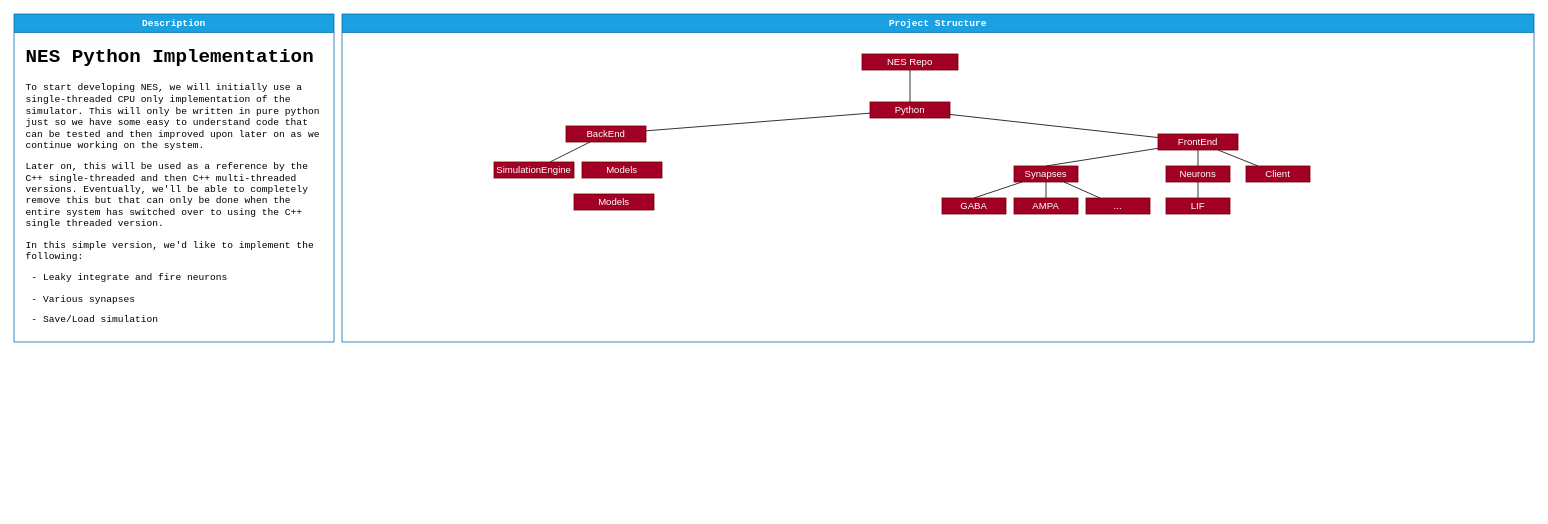
This is page "Page-5" (5 of 5) of Docs/BlockDiagrams/BrainGenix-NES.drawio from carboncopies/BrainGenix-NES, a draw.io file, before an edit. Source tidied: cells renumbered, new cells numbered last; positions are measured from the earlier drawing's top-left corner, leaving out a move shared by most shapes. Both pictures are drawn from the tidied source at 80%, with x=0, y=0 at pixel (14, 14).
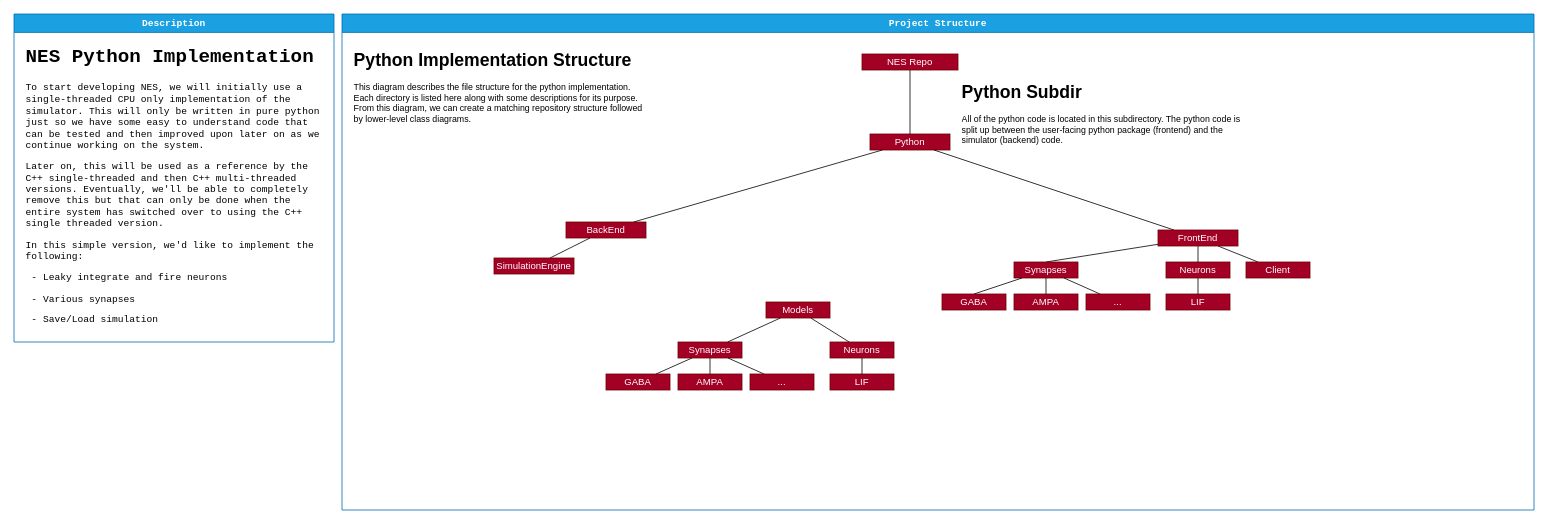
Above is the later version.

Commit message:
Create Project Structure Diagram

Diff of the diagram source:
```diff
@@
     <mxCell id="4" value="Project Structure" style="swimlane;whiteSpace=wrap;html=1;rounded=0;strokeColor=#006EAF;fontFamily=Courier New;fontSize=12;fontColor=#ffffff;startSize=23;fillColor=#1ba1e2;" parent="1" vertex="1">
-      <mxGeometry x="410" width="1490" height="410" as="geometry" />
+      <mxGeometry x="410" width="1490" height="620" as="geometry" />
     </mxCell>
@@
     <mxCell id="6" value="Python" style="whiteSpace=wrap;html=1;align=center;verticalAlign=middle;newEdgeStyle={&quot;edgeStyle&quot;:&quot;elbowEdgeStyle&quot;,&quot;startArrow&quot;:&quot;none&quot;,&quot;endArrow&quot;:&quot;none&quot;};fillColor=#a20025;fontColor=#ffffff;strokeColor=#6F0000;" parent="4" vertex="1">
-      <mxGeometry x="660" y="110" width="100" height="20" as="geometry" />
+      <mxGeometry x="660" y="150" width="100" height="20" as="geometry" />
     </mxCell>
@@
     <mxCell id="12" value="FrontEnd" style="whiteSpace=wrap;html=1;align=center;verticalAlign=middle;newEdgeStyle={&quot;edgeStyle&quot;:&quot;elbowEdgeStyle&quot;,&quot;startArrow&quot;:&quot;none&quot;,&quot;endArrow&quot;:&quot;none&quot;};fillColor=#a20025;fontColor=#ffffff;strokeColor=#6F0000;" parent="4" vertex="1">
-      <mxGeometry x="1020" y="150" width="100" height="20" as="geometry" />
+      <mxGeometry x="1020" y="270" width="100" height="20" as="geometry" />
     </mxCell>
@@
     <mxCell id="14" value="BackEnd" style="whiteSpace=wrap;html=1;align=center;verticalAlign=middle;newEdgeStyle={&quot;edgeStyle&quot;:&quot;elbowEdgeStyle&quot;,&quot;startArrow&quot;:&quot;none&quot;,&quot;endArrow&quot;:&quot;none&quot;};fillColor=#a20025;fontColor=#ffffff;strokeColor=#6F0000;" parent="4" vertex="1">
-      <mxGeometry x="280" y="140" width="100" height="20" as="geometry" />
+      <mxGeometry x="280" y="260" width="100" height="20" as="geometry" />
     </mxCell>
@@
     <mxCell id="16" value="SimulationEngine" style="whiteSpace=wrap;html=1;align=center;verticalAlign=middle;newEdgeStyle={&quot;edgeStyle&quot;:&quot;elbowEdgeStyle&quot;,&quot;startArrow&quot;:&quot;none&quot;,&quot;endArrow&quot;:&quot;none&quot;};fillColor=#a20025;fontColor=#ffffff;strokeColor=#6F0000;" parent="4" vertex="1">
-      <mxGeometry x="190" y="185" width="100" height="20" as="geometry" />
+      <mxGeometry x="190" y="305" width="100" height="20" as="geometry" />
     </mxCell>
     <mxCell id="17" value="Client" style="whiteSpace=wrap;html=1;align=center;verticalAlign=middle;newEdgeStyle={&quot;edgeStyle&quot;:&quot;elbowEdgeStyle&quot;,&quot;startArrow&quot;:&quot;none&quot;,&quot;endArrow&quot;:&quot;none&quot;};fillColor=#a20025;fontColor=#ffffff;strokeColor=#6F0000;" parent="4" vertex="1">
-      <mxGeometry x="1130" y="190" width="80" height="20" as="geometry" />
+      <mxGeometry x="1130" y="310" width="80" height="20" as="geometry" />
     </mxCell>
     <mxCell id="18" value="Neurons" style="whiteSpace=wrap;html=1;align=center;verticalAlign=middle;newEdgeStyle={&quot;edgeStyle&quot;:&quot;elbowEdgeStyle&quot;,&quot;startArrow&quot;:&quot;none&quot;,&quot;endArrow&quot;:&quot;none&quot;};fillColor=#a20025;fontColor=#ffffff;strokeColor=#6F0000;" parent="4" vertex="1">
-      <mxGeometry x="1030" y="190" width="80" height="20" as="geometry" />
+      <mxGeometry x="1030" y="310" width="80" height="20" as="geometry" />
     </mxCell>
     <mxCell id="19" value="Synapses" style="whiteSpace=wrap;html=1;align=center;verticalAlign=middle;newEdgeStyle={&quot;edgeStyle&quot;:&quot;elbowEdgeStyle&quot;,&quot;startArrow&quot;:&quot;none&quot;,&quot;endArrow&quot;:&quot;none&quot;};fillColor=#a20025;fontColor=#ffffff;strokeColor=#6F0000;" parent="4" vertex="1">
-      <mxGeometry x="840" y="190" width="80" height="20" as="geometry" />
+      <mxGeometry x="840" y="310" width="80" height="20" as="geometry" />
     </mxCell>
@@
     <mxCell id="21" value="LIF" style="whiteSpace=wrap;html=1;align=center;verticalAlign=middle;newEdgeStyle={&quot;edgeStyle&quot;:&quot;elbowEdgeStyle&quot;,&quot;startArrow&quot;:&quot;none&quot;,&quot;endArrow&quot;:&quot;none&quot;};fillColor=#a20025;fontColor=#ffffff;strokeColor=#6F0000;" parent="4" vertex="1">
-      <mxGeometry x="1030" y="230" width="80" height="20" as="geometry" />
+      <mxGeometry x="1030" y="350" width="80" height="20" as="geometry" />
     </mxCell>
@@
     <mxCell id="23" value="GABA" style="whiteSpace=wrap;html=1;align=center;verticalAlign=middle;newEdgeStyle={&quot;edgeStyle&quot;:&quot;elbowEdgeStyle&quot;,&quot;startArrow&quot;:&quot;none&quot;,&quot;endArrow&quot;:&quot;none&quot;};fillColor=#a20025;fontColor=#ffffff;strokeColor=#6F0000;" parent="4" vertex="1">
-      <mxGeometry x="750" y="230" width="80" height="20" as="geometry" />
+      <mxGeometry x="750" y="350" width="80" height="20" as="geometry" />
     </mxCell>
@@
     <mxCell id="25" value="AMPA" style="whiteSpace=wrap;html=1;align=center;verticalAlign=middle;newEdgeStyle={&quot;edgeStyle&quot;:&quot;elbowEdgeStyle&quot;,&quot;startArrow&quot;:&quot;none&quot;,&quot;endArrow&quot;:&quot;none&quot;};fillColor=#a20025;fontColor=#ffffff;strokeColor=#6F0000;" parent="4" vertex="1">
-      <mxGeometry x="840" y="230" width="80" height="20" as="geometry" />
+      <mxGeometry x="840" y="350" width="80" height="20" as="geometry" />
     </mxCell>
@@
     <mxCell id="27" value="..." style="whiteSpace=wrap;html=1;align=center;verticalAlign=middle;newEdgeStyle={&quot;edgeStyle&quot;:&quot;elbowEdgeStyle&quot;,&quot;startArrow&quot;:&quot;none&quot;,&quot;endArrow&quot;:&quot;none&quot;};fillColor=#a20025;fontColor=#ffffff;strokeColor=#6F0000;" parent="4" vertex="1">
-      <mxGeometry x="930" y="230" width="80" height="20" as="geometry" />
+      <mxGeometry x="930" y="350" width="80" height="20" as="geometry" />
     </mxCell>
-    <mxCell id="28" value="Models" style="whiteSpace=wrap;html=1;align=center;verticalAlign=middle;newEdgeStyle={&quot;edgeStyle&quot;:&quot;elbowEdgeStyle&quot;,&quot;startArrow&quot;:&quot;none&quot;,&quot;endArrow&quot;:&quot;none&quot;};fillColor=#a20025;fontColor=#ffffff;strokeColor=#6F0000;" parent="4" vertex="1">
-      <mxGeometry x="300" y="185" width="100" height="20" as="geometry" />
-    </mxCell>
-    <mxCell id="29" value="Models" style="whiteSpace=wrap;html=1;align=center;verticalAlign=middle;newEdgeStyle={&quot;edgeStyle&quot;:&quot;elbowEdgeStyle&quot;,&quot;startArrow&quot;:&quot;none&quot;,&quot;endArrow&quot;:&quot;none&quot;};fillColor=#a20025;fontColor=#ffffff;strokeColor=#6F0000;" parent="4" vertex="1">
-      <mxGeometry x="290" y="225" width="100" height="20" as="geometry" />
-    </mxCell>
+    <mxCell id="30" value="Models" style="whiteSpace=wrap;html=1;align=center;verticalAlign=middle;newEdgeStyle={&quot;edgeStyle&quot;:&quot;elbowEdgeStyle&quot;,&quot;startArrow&quot;:&quot;none&quot;,&quot;endArrow&quot;:&quot;none&quot;};fillColor=#a20025;fontColor=#ffffff;strokeColor=#6F0000;" parent="4" vertex="1">
+      <mxGeometry x="530" y="360" width="80" height="20" as="geometry" />
+    </mxCell>
+    <mxCell id="31" style="shape=connector;rounded=0;jettySize=auto;html=1;startArrow=none;endArrow=none;labelBackgroundColor=default;strokeColor=default;fontFamily=Helvetica;fontSize=11;fontColor=default;" parent="4" edge="1" source="32" target="30">
+      <mxGeometry relative="1" as="geometry" />
+    </mxCell>
+    <mxCell id="32" value="Synapses" style="whiteSpace=wrap;html=1;align=center;verticalAlign=middle;newEdgeStyle={&quot;edgeStyle&quot;:&quot;elbowEdgeStyle&quot;,&quot;startArrow&quot;:&quot;none&quot;,&quot;endArrow&quot;:&quot;none&quot;};fillColor=#a20025;fontColor=#ffffff;strokeColor=#6F0000;" parent="4" vertex="1">
+      <mxGeometry x="420" y="410" width="80" height="20" as="geometry" />
+    </mxCell>
+    <mxCell id="33" style="shape=connector;rounded=0;jettySize=auto;html=1;startArrow=none;endArrow=none;labelBackgroundColor=default;strokeColor=default;fontFamily=Helvetica;fontSize=11;fontColor=default;" parent="4" edge="1" source="34" target="30">
+      <mxGeometry relative="1" as="geometry" />
+    </mxCell>
+    <mxCell id="34" value="Neurons" style="whiteSpace=wrap;html=1;align=center;verticalAlign=middle;newEdgeStyle={&quot;edgeStyle&quot;:&quot;elbowEdgeStyle&quot;,&quot;startArrow&quot;:&quot;none&quot;,&quot;endArrow&quot;:&quot;none&quot;};fillColor=#a20025;fontColor=#ffffff;strokeColor=#6F0000;" parent="4" vertex="1">
+      <mxGeometry x="610" y="410" width="80" height="20" as="geometry" />
+    </mxCell>
+    <mxCell id="35" style="shape=connector;rounded=0;jettySize=auto;html=1;startArrow=none;endArrow=none;labelBackgroundColor=default;strokeColor=default;fontFamily=Helvetica;fontSize=11;fontColor=default;" parent="4" edge="1" source="36" target="32">
+      <mxGeometry relative="1" as="geometry" />
+    </mxCell>
+    <mxCell id="36" value="GABA" style="whiteSpace=wrap;html=1;align=center;verticalAlign=middle;newEdgeStyle={&quot;edgeStyle&quot;:&quot;elbowEdgeStyle&quot;,&quot;startArrow&quot;:&quot;none&quot;,&quot;endArrow&quot;:&quot;none&quot;};fillColor=#a20025;fontColor=#ffffff;strokeColor=#6F0000;" parent="4" vertex="1">
+      <mxGeometry x="330" y="450" width="80" height="20" as="geometry" />
+    </mxCell>
+    <mxCell id="37" style="shape=connector;rounded=0;jettySize=auto;html=1;startArrow=none;endArrow=none;labelBackgroundColor=default;strokeColor=default;fontFamily=Helvetica;fontSize=11;fontColor=default;" parent="4" edge="1" source="38" target="32">
+      <mxGeometry relative="1" as="geometry" />
+    </mxCell>
+    <mxCell id="38" value="AMPA" style="whiteSpace=wrap;html=1;align=center;verticalAlign=middle;newEdgeStyle={&quot;edgeStyle&quot;:&quot;elbowEdgeStyle&quot;,&quot;startArrow&quot;:&quot;none&quot;,&quot;endArrow&quot;:&quot;none&quot;};fillColor=#a20025;fontColor=#ffffff;strokeColor=#6F0000;" parent="4" vertex="1">
+      <mxGeometry x="420" y="450" width="80" height="20" as="geometry" />
+    </mxCell>
+    <mxCell id="39" style="shape=connector;rounded=0;jettySize=auto;html=1;startArrow=none;endArrow=none;labelBackgroundColor=default;strokeColor=default;fontFamily=Helvetica;fontSize=11;fontColor=default;" parent="4" edge="1" source="40" target="32">
+      <mxGeometry relative="1" as="geometry" />
+    </mxCell>
+    <mxCell id="40" value="..." style="whiteSpace=wrap;html=1;align=center;verticalAlign=middle;newEdgeStyle={&quot;edgeStyle&quot;:&quot;elbowEdgeStyle&quot;,&quot;startArrow&quot;:&quot;none&quot;,&quot;endArrow&quot;:&quot;none&quot;};fillColor=#a20025;fontColor=#ffffff;strokeColor=#6F0000;" parent="4" vertex="1">
+      <mxGeometry x="510" y="450" width="80" height="20" as="geometry" />
+    </mxCell>
+    <mxCell id="41" style="shape=connector;rounded=0;jettySize=auto;html=1;startArrow=none;endArrow=none;entryX=0.5;entryY=1;entryDx=0;entryDy=0;labelBackgroundColor=default;strokeColor=default;fontFamily=Helvetica;fontSize=11;fontColor=default;" parent="4" edge="1" source="42" target="34">
+      <mxGeometry relative="1" as="geometry" />
+    </mxCell>
+    <mxCell id="42" value="LIF" style="whiteSpace=wrap;html=1;align=center;verticalAlign=middle;newEdgeStyle={&quot;edgeStyle&quot;:&quot;elbowEdgeStyle&quot;,&quot;startArrow&quot;:&quot;none&quot;,&quot;endArrow&quot;:&quot;none&quot;};fillColor=#a20025;fontColor=#ffffff;strokeColor=#6F0000;" parent="4" vertex="1">
+      <mxGeometry x="610" y="450" width="80" height="20" as="geometry" />
+    </mxCell>
+    <mxCell id="43" value="&lt;h1&gt;Python Implementation Structure&lt;/h1&gt;&lt;p&gt;This diagram describes the file structure for the python implementation. Each directory is listed here along with some descriptions for its purpose. From this diagram, we can create a matching repository structure followed by lower-level class diagrams.&lt;/p&gt;" style="text;html=1;strokeColor=none;fillColor=none;spacing=5;spacingTop=-20;whiteSpace=wrap;overflow=hidden;rounded=0;fontSize=11;fontFamily=Helvetica;fontColor=default;" parent="4" vertex="1">
+      <mxGeometry x="10" y="40" width="380" height="110" as="geometry" />
+    </mxCell>
+    <mxCell id="44" value="&lt;h1&gt;Python Subdir&lt;/h1&gt;&lt;div&gt;All of the python code is located in this subdirectory. The python code is split up between the user-facing python package (frontend) and the simulator (backend) code.&lt;/div&gt;" style="text;html=1;strokeColor=none;fillColor=none;spacing=5;spacingTop=-20;whiteSpace=wrap;overflow=hidden;rounded=0;fontSize=11;fontFamily=Helvetica;fontColor=default;" parent="4" vertex="1">
+      <mxGeometry x="770" y="80" width="365" height="90" as="geometry" />
+    </mxCell>
```
